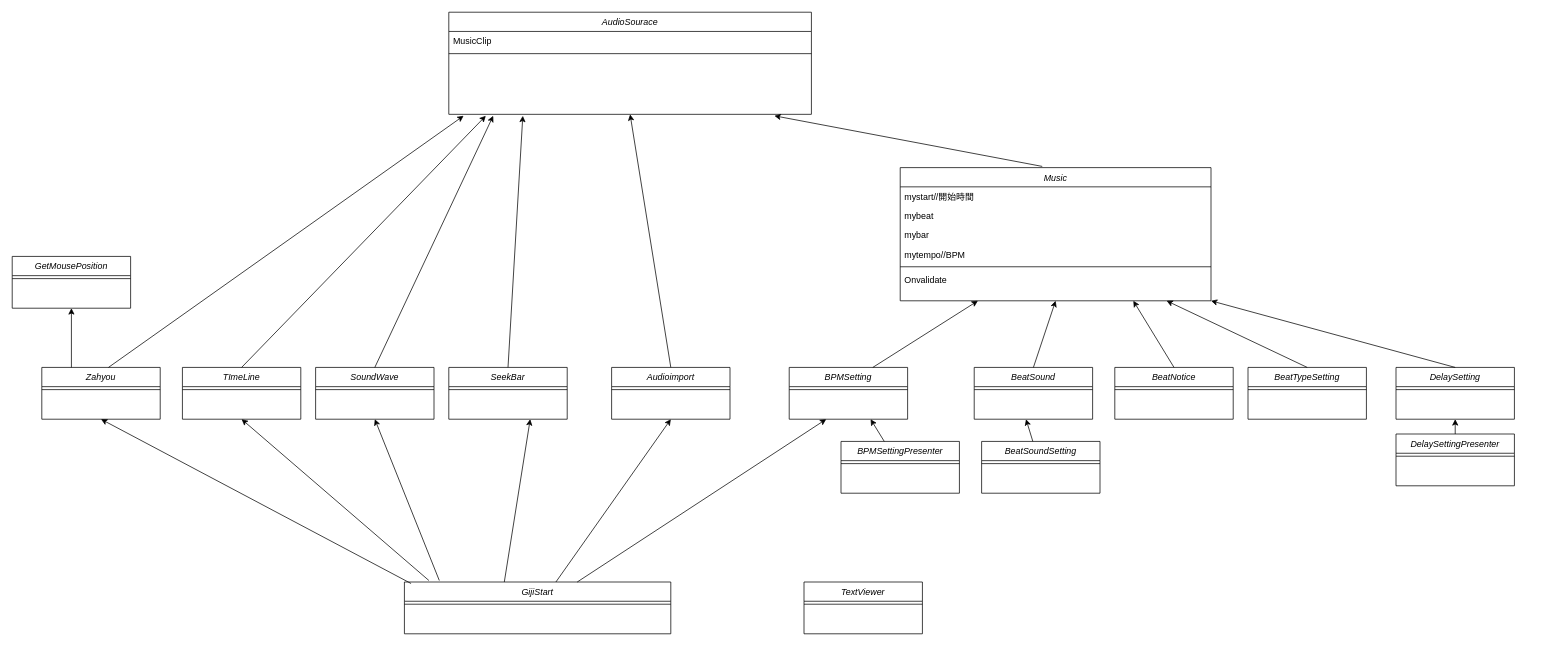
N18035/Sotsuken6 keeps this draw.io diagram as Untitled Diagram.drawio. Above is the earlier version. Source tidied: cells renumbered, new cells numbered last; positions are measured from the earlier drawing's top-left corner, leaving out a move shared by most shapes. Both pictures are drawn from the tidied source at 74%, with x=0, y=0 at pixel (12, 12).
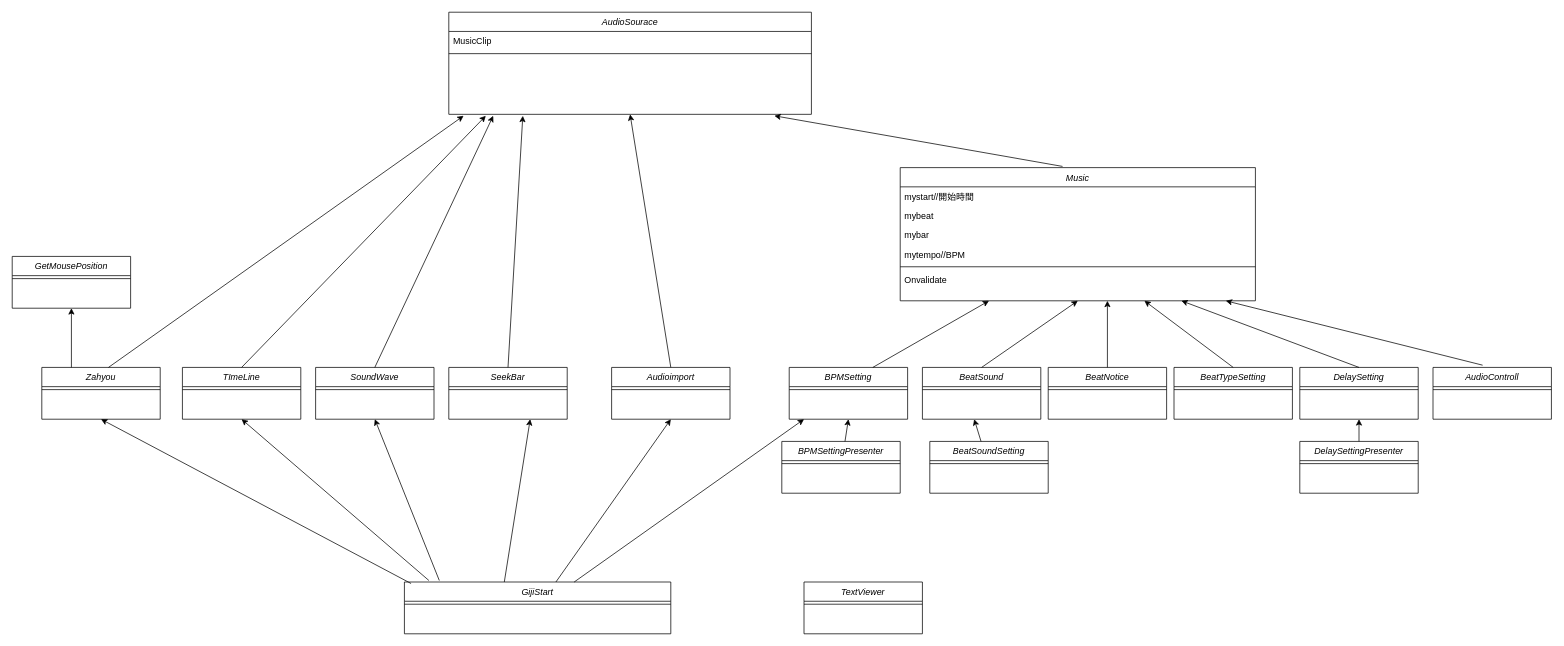
The same diagram, later.

Unchanged cells that the change refers to:
```xml
<mxCell id="16" value="GijiStart" style="swimlane;fontStyle=2;align=center;verticalAlign=top;horizontal=1;startSize=26;rounded=0;shadow=0;strokeWidth=1;" parent="1" vertex="1">
  <mxGeometry x="530" y="770" width="360" height="70" as="geometry" />
</mxCell>
<mxCell id="19" value="BPMSetting" style="swimlane;fontStyle=2;align=center;verticalAlign=top;horizontal=1;startSize=26;rounded=0;shadow=0;strokeWidth=1;" parent="1" vertex="1">
  <mxGeometry x="1050" y="480" width="160" height="70" as="geometry" />
</mxCell>
```

Change to the diagram source:
```diff
@@
     <mxCell id="2" value="Music" style="swimlane;fontStyle=2;align=center;verticalAlign=top;horizontal=1;startSize=26;rounded=0;shadow=0;strokeWidth=1;" parent="1" vertex="1">
-      <mxGeometry x="1200" y="210" width="420" height="180" as="geometry" />
+      <mxGeometry x="1200" y="210" width="480" height="180" as="geometry" />
     </mxCell>
     <mxCell id="3" value="mystart//開始時間" style="text;align=left;verticalAlign=top;spacingLeft=4;spacingRight=4;overflow=hidden;" parent="2" vertex="1">
-      <mxGeometry y="26" width="420" height="26" as="geometry" />
+      <mxGeometry y="26" width="480" height="26" as="geometry" />
     </mxCell>
     <mxCell id="4" value="mybeat" style="text;align=left;verticalAlign=top;spacingLeft=4;spacingRight=4;overflow=hidden;" parent="2" vertex="1">
-      <mxGeometry y="52" width="420" height="26" as="geometry" />
+      <mxGeometry y="52" width="480" height="26" as="geometry" />
     </mxCell>
     <mxCell id="5" value="mybar" style="text;align=left;verticalAlign=top;spacingLeft=4;spacingRight=4;overflow=hidden;rounded=0;shadow=0;html=0;" parent="2" vertex="1">
-      <mxGeometry y="78" width="420" height="26" as="geometry" />
+      <mxGeometry y="78" width="480" height="26" as="geometry" />
     </mxCell>
     <mxCell id="6" value="mytempo//BPM" style="text;align=left;verticalAlign=top;spacingLeft=4;spacingRight=4;overflow=hidden;rounded=0;shadow=0;html=0;" parent="2" vertex="1">
-      <mxGeometry y="104" width="420" height="26" as="geometry" />
+      <mxGeometry y="104" width="480" height="26" as="geometry" />
     </mxCell>
     <mxCell id="7" style="line;html=1;strokeWidth=1;align=left;verticalAlign=middle;spacingTop=-1;spacingLeft=3;spacingRight=3;labelPosition=right;" parent="2" vertex="1">
-      <mxGeometry y="130" width="420" height="8" as="geometry" />
+      <mxGeometry y="130" width="480" height="8" as="geometry" />
     </mxCell>
     <mxCell id="8" value="Onvalidate" style="text;align=left;verticalAlign=top;spacingLeft=4;spacingRight=4;overflow=hidden;" parent="2" vertex="1">
-      <mxGeometry y="138" width="420" height="26" as="geometry" />
+      <mxGeometry y="138" width="480" height="26" as="geometry" />
     </mxCell>
@@
     <mxCell id="22" value="BPMSettingPresenter" style="swimlane;fontStyle=2;align=center;verticalAlign=top;horizontal=1;startSize=26;rounded=0;shadow=0;strokeWidth=1;" parent="1" vertex="1">
-      <mxGeometry x="1120" y="580" width="160" height="70" as="geometry" />
+      <mxGeometry x="1040" y="580" width="160" height="70" as="geometry" />
     </mxCell>
@@
-    <mxCell id="24" style="endArrow=classic;html=1;rounded=0;" parent="1" edge="1" source="22">
-      <mxGeometry relative="1" as="geometry">
-        <mxPoint x="1160" y="550" as="targetPoint" />
-      </mxGeometry>
+    <mxCell id="24" style="endArrow=classic;html=1;rounded=0;entryX=0.5;entryY=1;entryDx=0;entryDy=0;" parent="1" edge="1" source="22" target="19">
+      <mxGeometry relative="1" as="geometry" />
     </mxCell>
     <mxCell id="25" style="endArrow=classic;html=1;rounded=0;" parent="1" edge="1" source="16">
       <mxGeometry relative="1" as="geometry">
-        <mxPoint x="1100" y="550" as="targetPoint" />
+        <mxPoint x="1070" y="550" as="targetPoint" />
       </mxGeometry>
     </mxCell>
     <mxCell id="26" value="BeatSound" style="swimlane;fontStyle=2;align=center;verticalAlign=top;horizontal=1;startSize=26;rounded=0;shadow=0;strokeWidth=1;" parent="1" vertex="1">
-      <mxGeometry x="1300" y="480" width="160" height="70" as="geometry" />
+      <mxGeometry x="1230" y="480" width="160" height="70" as="geometry" />
     </mxCell>
@@
     <mxCell id="28" value="BeatSoundSetting" style="swimlane;fontStyle=2;align=center;verticalAlign=top;horizontal=1;startSize=26;rounded=0;shadow=0;strokeWidth=1;" parent="1" vertex="1">
-      <mxGeometry x="1310" y="580" width="160" height="70" as="geometry" />
+      <mxGeometry x="1240" y="580" width="160" height="70" as="geometry" />
     </mxCell>
@@
     <mxCell id="30" style="endArrow=classic;html=1;rounded=0;" parent="1" edge="1" source="28">
       <mxGeometry relative="1" as="geometry">
-        <mxPoint x="1370" y="550" as="targetPoint" />
+        <mxPoint x="1300" y="550" as="targetPoint" />
       </mxGeometry>
     </mxCell>
@@
     <mxCell id="32" value="BeatNotice" style="swimlane;fontStyle=2;align=center;verticalAlign=top;horizontal=1;startSize=26;rounded=0;shadow=0;strokeWidth=1;" parent="1" vertex="1">
-      <mxGeometry x="1490" y="480" width="160" height="70" as="geometry" />
+      <mxGeometry x="1400" y="480" width="160" height="70" as="geometry" />
     </mxCell>
@@
-    <mxCell id="34" style="endArrow=classic;html=1;rounded=0;exitX=0.5;exitY=0;exitDx=0;exitDy=0;entryX=0.75;entryY=1;entryDx=0;entryDy=0;" parent="1" edge="1" source="32" target="2">
-      <mxGeometry relative="1" as="geometry" />
+    <mxCell id="34" style="endArrow=classic;html=1;rounded=0;exitX=0.5;exitY=0;exitDx=0;exitDy=0;" parent="1" edge="1" source="32">
+      <mxGeometry relative="1" as="geometry">
+        <mxPoint x="1480" y="390" as="targetPoint" />
+      </mxGeometry>
     </mxCell>
     <mxCell id="35" value="BeatTypeSetting" style="swimlane;fontStyle=2;align=center;verticalAlign=top;horizontal=1;startSize=26;rounded=0;shadow=0;strokeWidth=1;" parent="1" vertex="1">
-      <mxGeometry x="1670" y="480" width="160" height="70" as="geometry" />
+      <mxGeometry x="1570" y="480" width="160" height="70" as="geometry" />
     </mxCell>
@@
     <mxCell id="37" style="endArrow=classic;html=1;rounded=0;exitX=0.5;exitY=0;exitDx=0;exitDy=0;" parent="1" edge="1" source="35">
       <mxGeometry relative="1" as="geometry">
-        <mxPoint x="1560" y="390" as="targetPoint" />
+        <mxPoint x="1530" y="390" as="targetPoint" />
       </mxGeometry>
     </mxCell>
     <mxCell id="38" value="DelaySetting" style="swimlane;fontStyle=2;align=center;verticalAlign=top;horizontal=1;startSize=26;rounded=0;shadow=0;strokeWidth=1;" parent="1" vertex="1">
-      <mxGeometry x="1870" y="480" width="160" height="70" as="geometry" />
+      <mxGeometry x="1740" y="480" width="160" height="70" as="geometry" />
     </mxCell>
@@
     <mxCell id="40" value="DelaySettingPresenter" style="swimlane;fontStyle=2;align=center;verticalAlign=top;horizontal=1;startSize=26;rounded=0;shadow=0;strokeWidth=1;" parent="1" vertex="1">
-      <mxGeometry x="1870" y="570" width="160" height="70" as="geometry" />
+      <mxGeometry x="1740" y="580" width="160" height="70" as="geometry" />
     </mxCell>
@@
-    <mxCell id="43" style="endArrow=classic;html=1;rounded=0;exitX=0.5;exitY=0;exitDx=0;exitDy=0;entryX=1;entryY=1;entryDx=0;entryDy=0;" parent="1" edge="1" source="38" target="2">
-      <mxGeometry relative="1" as="geometry" />
+    <mxCell id="43" style="endArrow=classic;html=1;rounded=0;exitX=0.5;exitY=0;exitDx=0;exitDy=0;" parent="1" edge="1" source="38">
+      <mxGeometry relative="1" as="geometry">
+        <mxPoint x="1580" y="390" as="targetPoint" />
+      </mxGeometry>
     </mxCell>
@@
+    <mxCell id="65" style="endArrow=classic;html=1;rounded=0;exitX=0.419;exitY=-0.043;exitDx=0;exitDy=0;exitPerimeter=0;" parent="1" edge="1" source="66">
+      <mxGeometry relative="1" as="geometry">
+        <mxPoint x="1640" y="390" as="targetPoint" />
+      </mxGeometry>
+    </mxCell>
+    <mxCell id="66" value="AudioControll" style="swimlane;fontStyle=2;align=center;verticalAlign=top;horizontal=1;startSize=26;rounded=0;shadow=0;strokeWidth=1;" parent="1" vertex="1">
+      <mxGeometry x="1920" y="480" width="160" height="70" as="geometry" />
+    </mxCell>
+    <mxCell id="67" style="line;html=1;strokeWidth=1;align=left;verticalAlign=middle;spacingTop=-1;spacingLeft=3;spacingRight=3;labelPosition=right;" parent="66" vertex="1">
+      <mxGeometry y="26" width="160" height="8" as="geometry" />
+    </mxCell>
```
